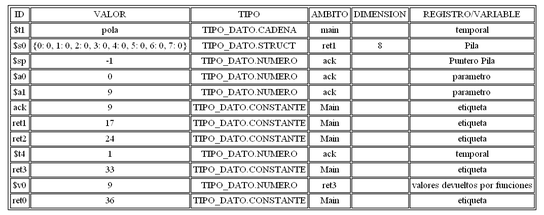
Earlier version of the Graphviz export tsg.png (sgleal97/vacas_compi). Its source is kept beside it as tsg.dot. Source of this version:
```dot
digraph H {
aHtmlTable [
shape=plaintext
label=<
<table border='1' cellborder='1'>
<tr>
<td>ID</td>
<td>VALOR</td>
<td>TIPO</td>
<td>AMBITO</td>
<td>DIMENSION</td><td>REGISTRO/VARIABLE</td></tr>
<tr>
<td>$t1</td>
<td>pola</td>
<td>TIPO_DATO.CADENA</td>
<td>main</td>
<td> </td><td>temporal</td>
</tr>
<tr>
<td>$s0</td>
<td>{0: 0, 1: 0, 2: 0, 3: 0, 4: 0, 5: 0, 6: 0, 7: 0}</td>
<td>TIPO_DATO.STRUCT</td>
<td>ret1</td>
<td>8</td>
<td>Pila</td>
</tr>
<tr>
<td>$sp</td>
<td>-1</td>
<td>TIPO_DATO.NUMERO</td>
<td>ack</td>
<td> </td><td>Puntero Pila</td>
</tr>
<tr>
<td>$a0</td>
<td>0</td>
<td>TIPO_DATO.NUMERO</td>
<td>ack</td>
<td> </td><td>parametro</td>
</tr>
<tr>
<td>$a1</td>
<td>9</td>
<td>TIPO_DATO.NUMERO</td>
<td>ack</td>
<td> </td><td>parametro</td>
</tr>
<tr>
<td>ack</td>
<td>9</td>
<td>TIPO_DATO.CONSTANTE</td>
<td>Main</td>
<td> </td><td>etiqueta</td>
</tr>
<tr>
<td>ret1</td>
<td>17</td>
<td>TIPO_DATO.CONSTANTE</td>
<td>Main</td>
<td> </td><td>etiqueta</td>
</tr>
<tr>
<td>ret2</td>
<td>24</td>
<td>TIPO_DATO.CONSTANTE</td>
<td>Main</td>
<td> </td><td>etiqueta</td>
</tr>
<tr>
<td>$t4</td>
<td>1</td>
<td>TIPO_DATO.NUMERO</td>
<td>ack</td>
<td> </td><td>temporal</td>
</tr>
<tr>
<td>ret3</td>
<td>33</td>
<td>TIPO_DATO.CONSTANTE</td>
<td>Main</td>
<td> </td><td>etiqueta</td>
</tr>
<tr>
<td>$v0</td>
<td>9</td>
<td>TIPO_DATO.NUMERO</td>
<td>ret3</td>
<td> </td><td>valores devueltos por funciones</td>
</tr>
<tr>
<td>ret0</td>
<td>36</td>
<td>TIPO_DATO.CONSTANTE</td>
<td>Main</td>
<td> </td><td>etiqueta</td>
</tr>
</table>
>];
}
```
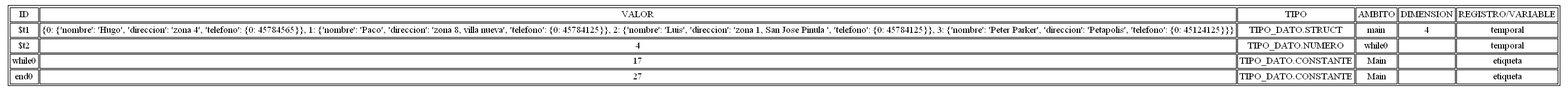
After the commit.

Change to the diagram source:
```diff
@@ -11,88 +11,18 @@
 <td>DIMENSION</td><td>REGISTRO/VARIABLE</td></tr>
 <tr>
 <td>$t1</td>
-<td>pola</td>
-<td>TIPO_DATO.CADENA</td>
+<td>{'nombre': {0: 'Hugo', 1: 'Paco', 2: 'Luis', 3: 'Peter Parker'}, 'direccion': {0: 'zona 4', 1: 'zona 8, villa nueva', 2: 'zona 1, San Jose Pinula ', 3: 'Petapolis'}, 0: {'telefono': {0: 45784565, 1: 45784125, 2: 45784125, 3: 45124125}}}</td>
+<td>TIPO_DATO.STRUCT</td>
 <td>main</td>
-<td> </td><td>temporal</td>
+<td>3</td>
+<td>temporal</td>
 </tr>
 <tr>
-<td>$s0</td>
-<td>{0: 0, 1: 0, 2: 0, 3: 0, 4: 0, 5: 0, 6: 0, 7: 0}</td>
-<td>TIPO_DATO.STRUCT</td>
-<td>ret1</td>
-<td>8</td>
-<td>Pila</td>
-</tr>
-<tr>
-<td>$sp</td>
-<td>-1</td>
-<td>TIPO_DATO.NUMERO</td>
-<td>ack</td>
-<td> </td><td>Puntero Pila</td>
-</tr>
-<tr>
-<td>$a0</td>
-<td>0</td>
-<td>TIPO_DATO.NUMERO</td>
-<td>ack</td>
-<td> </td><td>parametro</td>
-</tr>
-<tr>
-<td>$a1</td>
-<td>9</td>
-<td>TIPO_DATO.NUMERO</td>
-<td>ack</td>
-<td> </td><td>parametro</td>
-</tr>
-<tr>
-<td>ack</td>
-<td>9</td>
-<td>TIPO_DATO.CONSTANTE</td>
-<td>Main</td>
-<td> </td><td>etiqueta</td>
-</tr>
-<tr>
-<td>ret1</td>
-<td>17</td>
-<td>TIPO_DATO.CONSTANTE</td>
-<td>Main</td>
-<td> </td><td>etiqueta</td>
-</tr>
-<tr>
-<td>ret2</td>
-<td>24</td>
-<td>TIPO_DATO.CONSTANTE</td>
-<td>Main</td>
-<td> </td><td>etiqueta</td>
-</tr>
-<tr>
-<td>$t4</td>
+<td>$t2</td>
 <td>1</td>
 <td>TIPO_DATO.NUMERO</td>
-<td>ack</td>
+<td>while0</td>
 <td> </td><td>temporal</td>
-</tr>
-<tr>
-<td>ret3</td>
-<td>33</td>
-<td>TIPO_DATO.CONSTANTE</td>
-<td>Main</td>
-<td> </td><td>etiqueta</td>
-</tr>
-<tr>
-<td>$v0</td>
-<td>9</td>
-<td>TIPO_DATO.NUMERO</td>
-<td>ret3</td>
-<td> </td><td>valores devueltos por funciones</td>
-</tr>
-<tr>
-<td>ret0</td>
-<td>36</td>
-<td>TIPO_DATO.CONSTANTE</td>
-<td>Main</td>
-<td> </td><td>etiqueta</td>
 </tr>
 </table>
 >];
```
